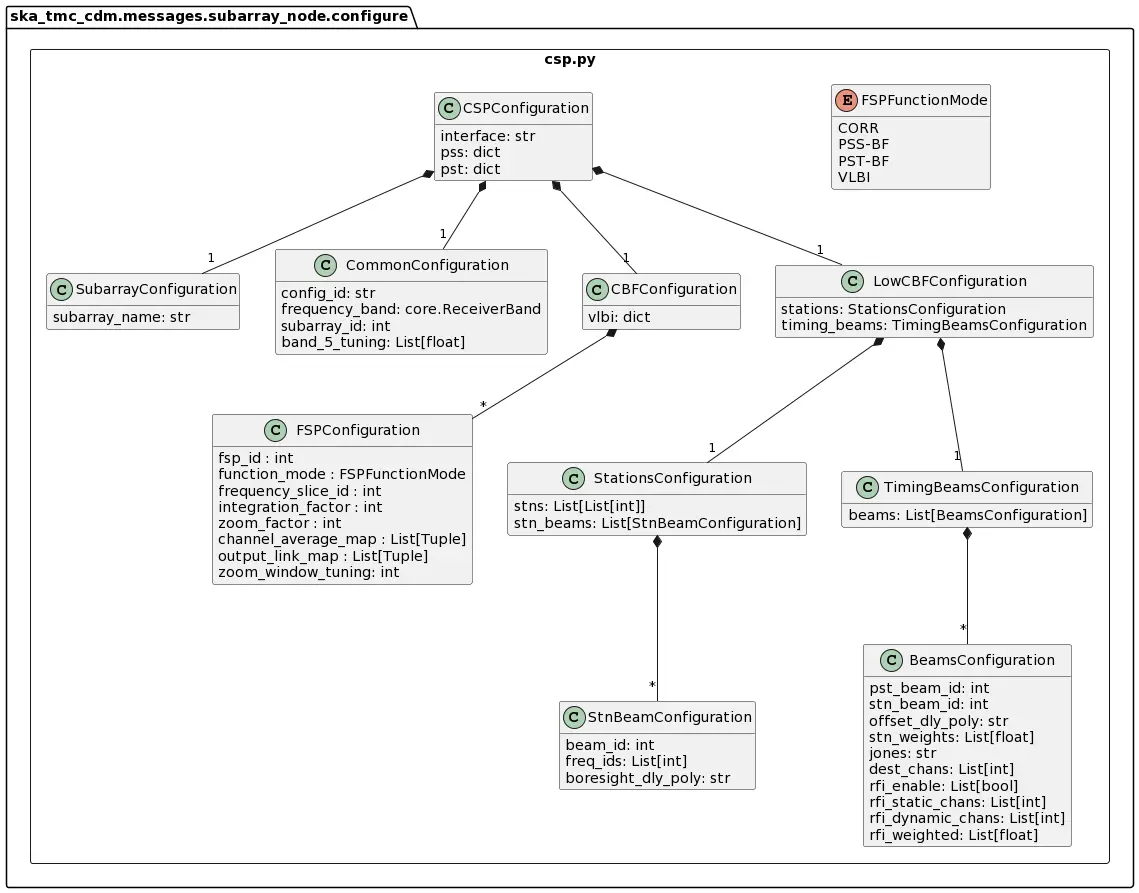
Earlier version of the PlantUML export docs/src/developer/subarraynode/csp.png (ska-telescope/cdm-shared-library). Its source is kept beside it as docs/src/developer/subarraynode/csp.puml.
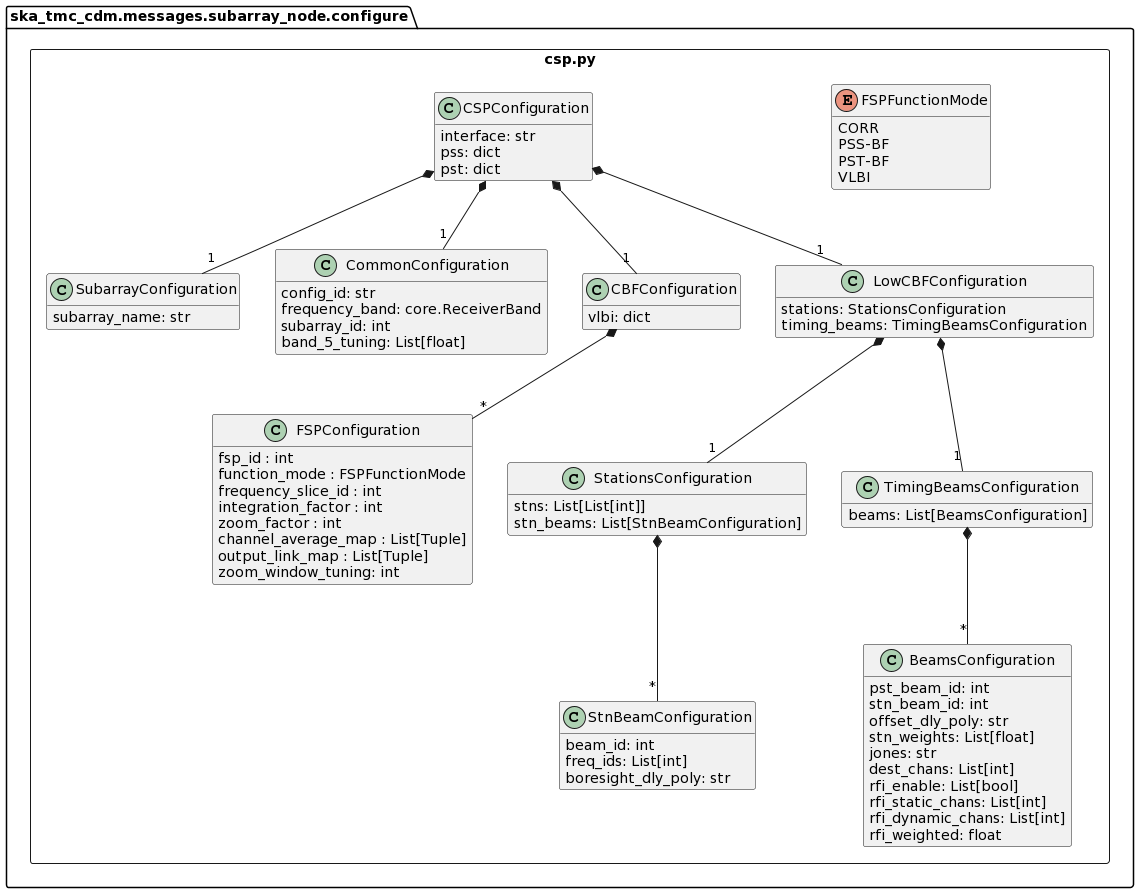
The same file after the commit.

What changed in the source:
```diff
@@ -84,7 +84,7 @@
 			rfi_enable: List[bool]
 			rfi_static_chans: List[int]
 			rfi_dynamic_chans: List[int]
-			rfi_weighted: List[float]
+			rfi_weighted: float
 		}
 
 		class StnBeamConfiguration {
```
